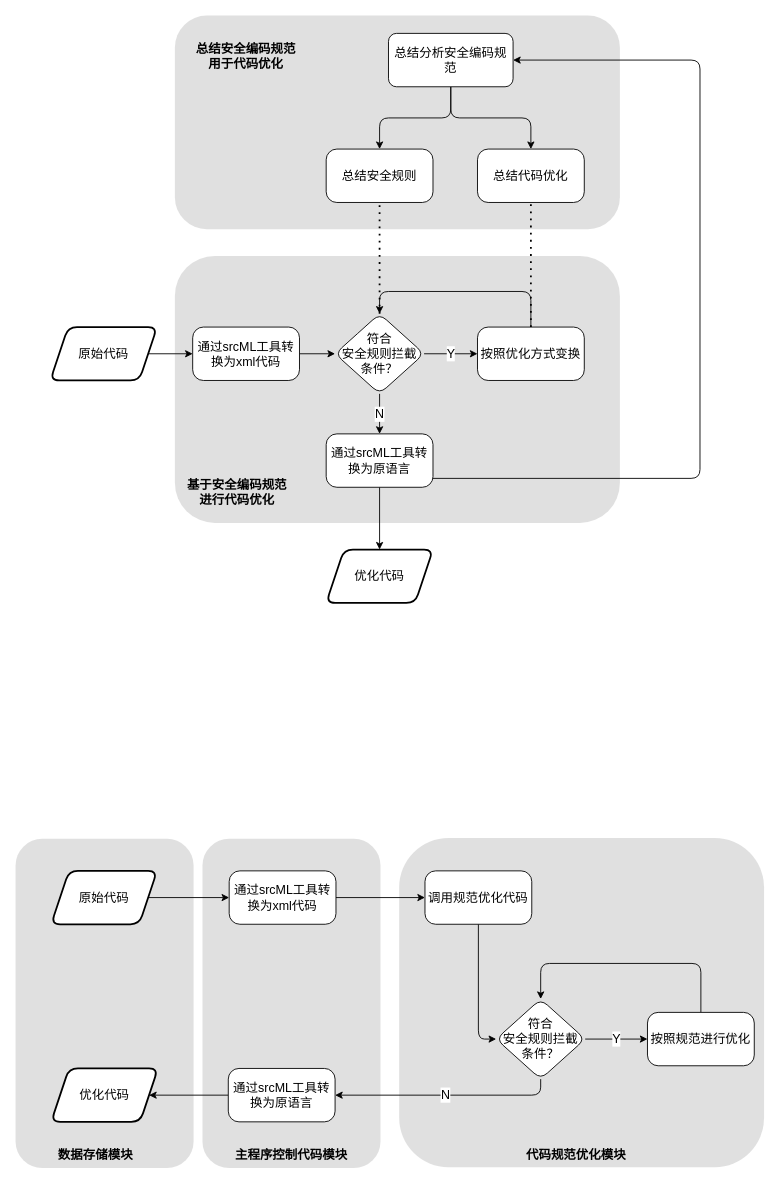
Before: 未命名绘图.drawio in z5833999/C-3, a draw.io diagram. Source tidied: cells renumbered, new cells numbered last; positions are measured from the earlier drawing's top-left corner, leaving out a move shared by most shapes. Both pictures are drawn from the tidied source at 89%, with x=0, y=0 at pixel (15, 15).
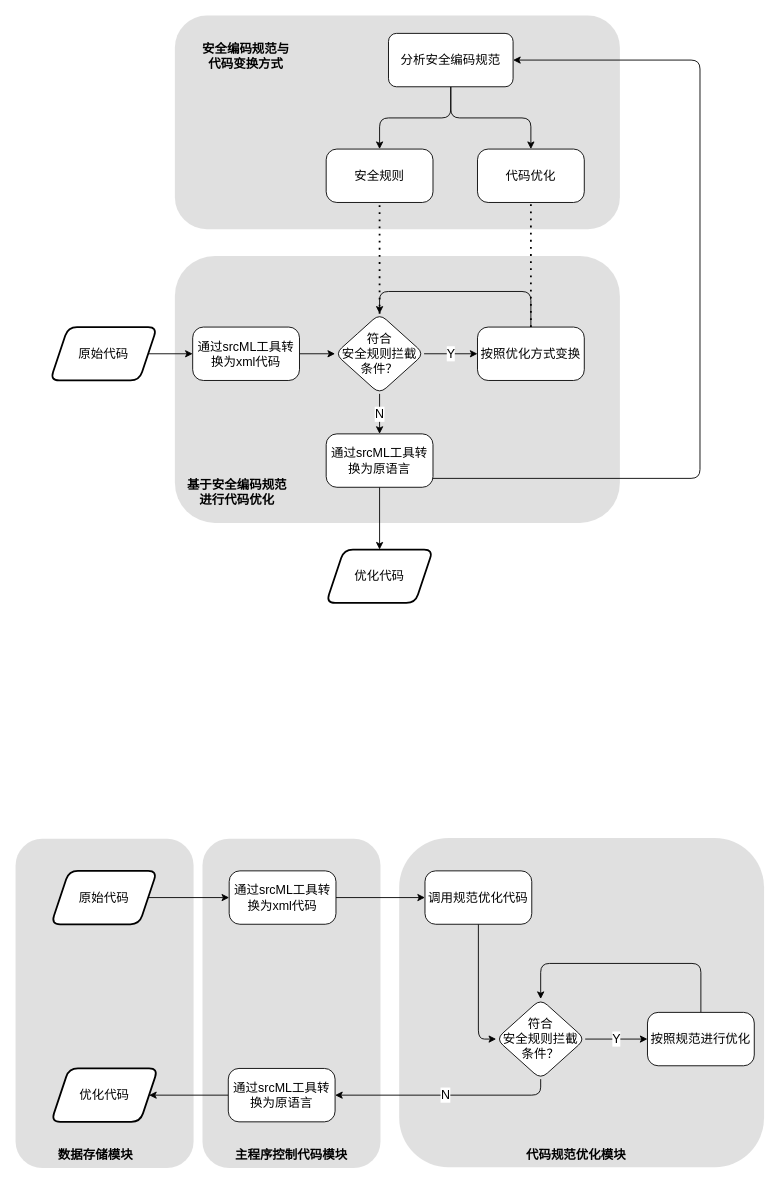
After the change.

Commit message:
更新未命名绘图.drawio

The edit, as a diff of the source:
```diff
@@
-    <mxCell id="20" value="总结安全规则" style="whiteSpace=wrap;html=1;fontFamily=Helvetica;arcSize=20;rounded=1;fontSize=14;" parent="1" vertex="1">
+    <mxCell id="20" value="安全规则" style="whiteSpace=wrap;html=1;fontFamily=Helvetica;arcSize=20;rounded=1;fontSize=14;" parent="1" vertex="1">
       <mxGeometry x="349" y="150" width="120" height="60" as="geometry" />
     </mxCell>
-    <mxCell id="21" value="总结代码优化" style="whiteSpace=wrap;html=1;fontFamily=Helvetica;arcSize=20;rounded=1;fontSize=14;" parent="1" vertex="1">
+    <mxCell id="21" value="代码优化" style="whiteSpace=wrap;html=1;fontFamily=Helvetica;arcSize=20;rounded=1;fontSize=14;" parent="1" vertex="1">
       <mxGeometry x="519" y="150" width="120" height="60" as="geometry" />
     </mxCell>
@@
-    <mxCell id="24" value="总结分析安全编码规范" style="rounded=1;whiteSpace=wrap;html=1;fontFamily=Helvetica;fontSize=14;" parent="1" vertex="1">
+    <mxCell id="24" value="分析安全编码规范" style="rounded=1;whiteSpace=wrap;html=1;fontFamily=Helvetica;fontSize=14;" parent="1" vertex="1">
       <mxGeometry x="419" y="20" width="140" height="60" as="geometry" />
     </mxCell>
@@
-    <mxCell id="26" value="总结安全编码规范用于代码优化" style="text;html=1;strokeColor=none;fillColor=none;align=center;verticalAlign=middle;whiteSpace=wrap;rounded=0;strokeWidth=2;fontSize=14;fontStyle=1;" parent="1" vertex="1">
+    <mxCell id="26" value="安全编码规范与&lt;br&gt;代码变换方式" style="text;html=1;strokeColor=none;fillColor=none;align=center;verticalAlign=middle;whiteSpace=wrap;rounded=0;strokeWidth=2;fontSize=14;fontStyle=1;" parent="1" vertex="1">
       <mxGeometry x="199" y="30" width="120" height="30" as="geometry" />
     </mxCell>
```
